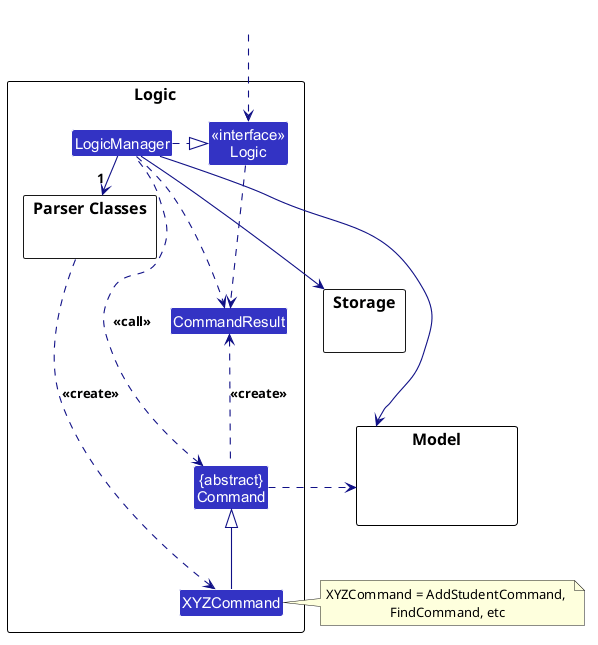
Before: docs/images/LogicClassDiagram.png, a diagram exported from PlantUML (AY2627S1-CS2103T-F13-1/tp).
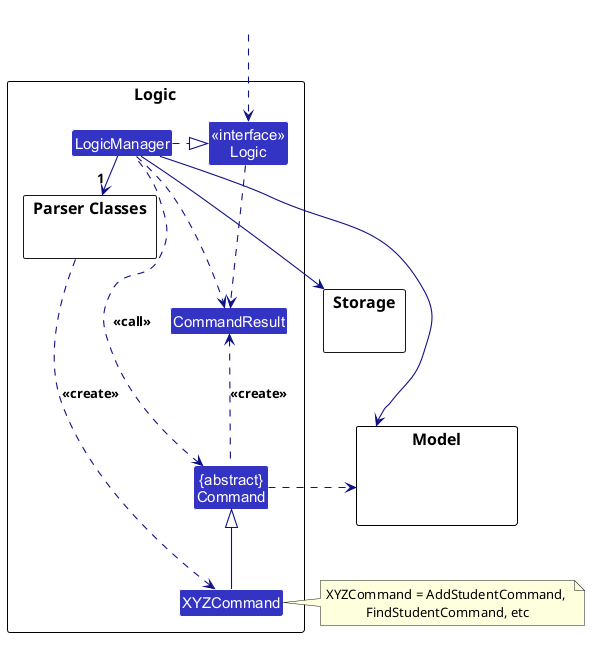
Later version of the same file.

What changed in the source:
```diff
@@ -39,7 +39,7 @@
 Storage --[hidden] Model
 Command .[hidden]up.> Storage
 Command .right.> Model
-note right of XYZCommand: XYZCommand = AddStudentCommand, \nFindCommand, etc
+note right of XYZCommand: XYZCommand = AddStudentCommand, \nFindStudentCommand, etc
 
 Logic ..> CommandResult
 LogicManager .down.> CommandResult
```
